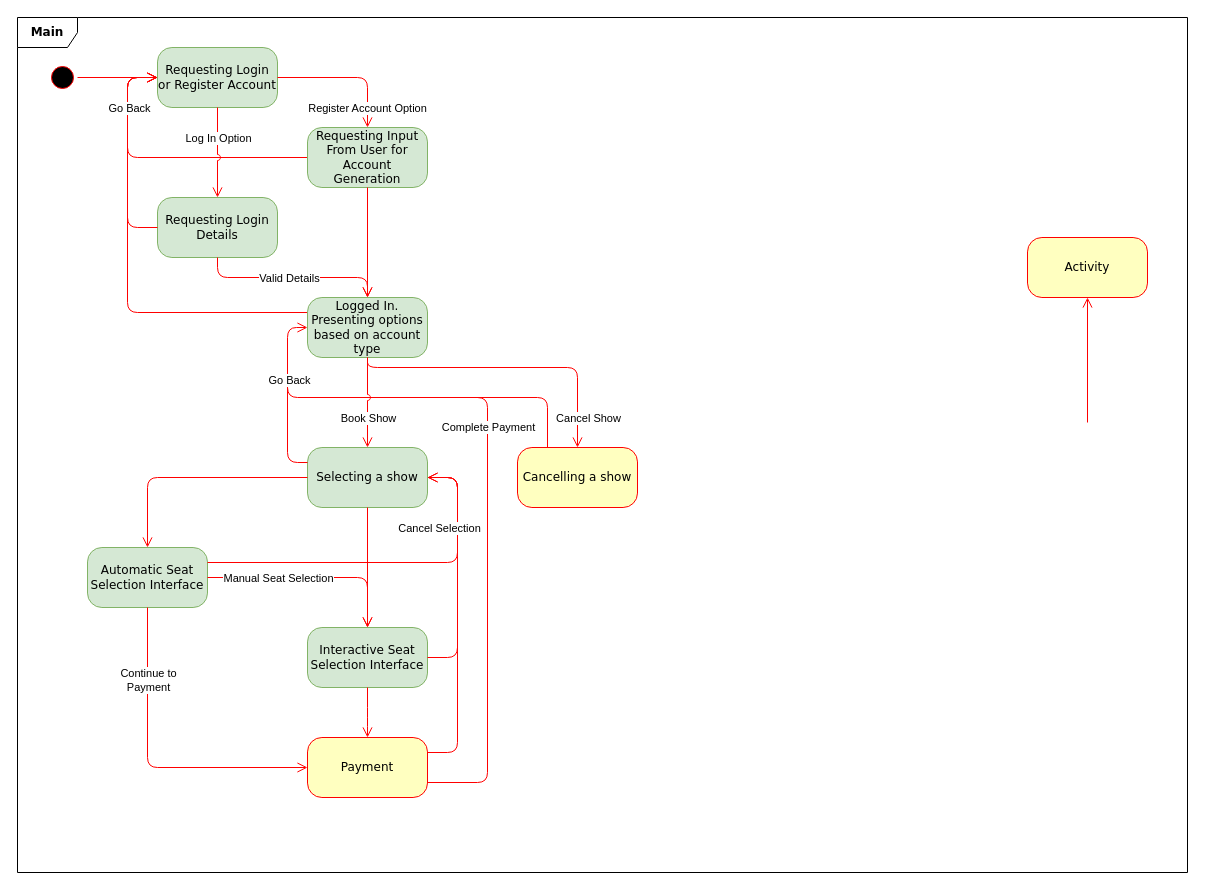
Caxaho/BookingSystem keeps this draw.io diagram as State Machine for uni work.drawio. Above is the earlier version. Source tidied: cells renumbered, new cells numbered last; positions are measured from the earlier drawing's top-left corner, leaving out a move shared by most shapes. Both pictures are drawn from the tidied source at 100%, with x=0, y=0 at pixel (17, 17).
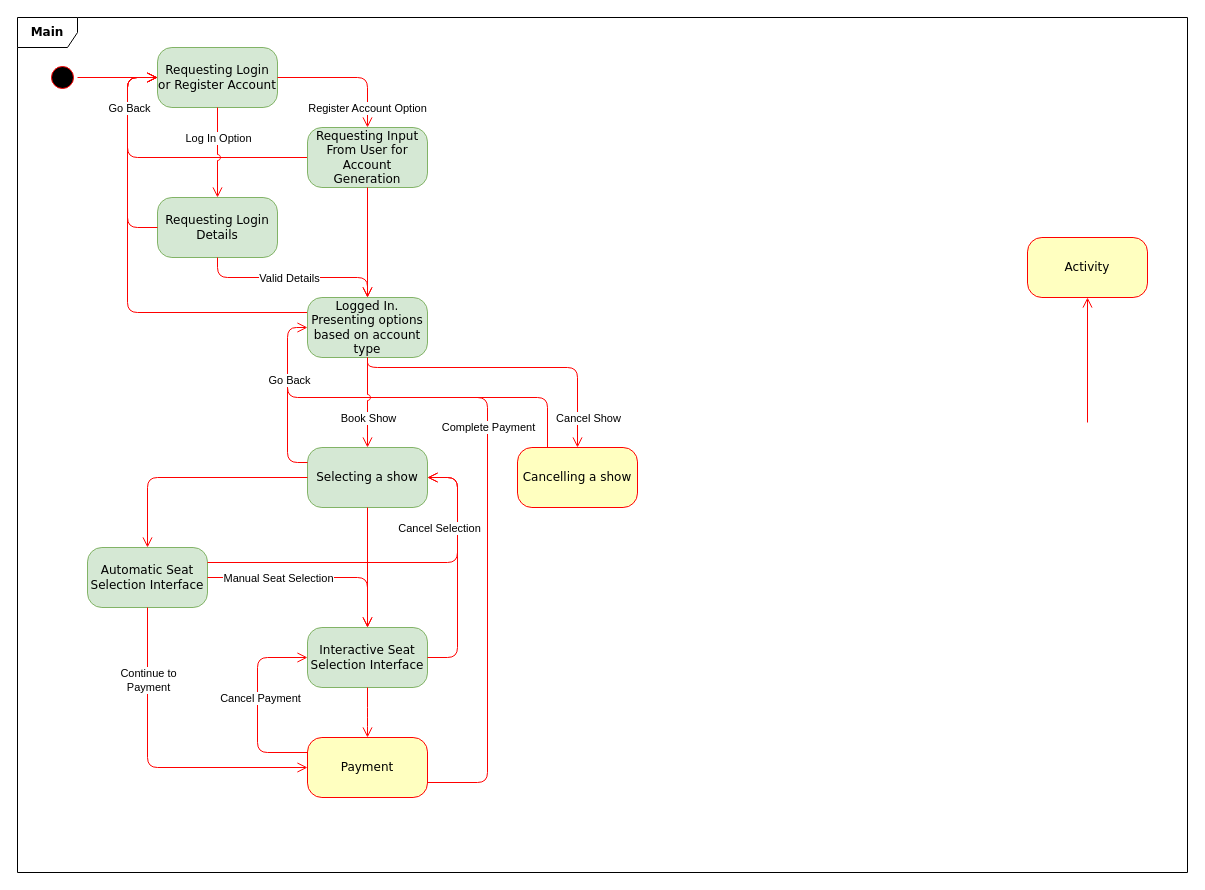
Above is the later version.

Commit message (it also covers changes not shown here):
Payment started

Unchanged cells that the change refers to:
```xml
<mxCell id="22" value="Selecting a show" style="rounded=1;whiteSpace=wrap;html=1;arcSize=24;fillColor=#d5e8d4;strokeColor=#82b366;shadow=0;comic=0;labelBackgroundColor=none;fontFamily=Verdana;fontSize=12;align=center;" parent="1" vertex="1">
  <mxGeometry x="290" y="430" width="120" height="60" as="geometry" />
</mxCell>
<mxCell id="24" value="Interactive Seat Selection Interface" style="rounded=1;whiteSpace=wrap;html=1;arcSize=24;fillColor=#d5e8d4;strokeColor=#82b366;shadow=0;comic=0;labelBackgroundColor=none;fontFamily=Verdana;fontSize=12;align=center;" parent="1" vertex="1">
  <mxGeometry x="290" y="610" width="120" height="60" as="geometry" />
</mxCell>
<mxCell id="28" value="Payment" style="rounded=1;whiteSpace=wrap;html=1;arcSize=24;fillColor=#ffffc0;strokeColor=#ff0000;shadow=0;comic=0;labelBackgroundColor=none;fontFamily=Verdana;fontSize=12;fontColor=#000000;align=center;" parent="1" vertex="1">
  <mxGeometry x="290" y="720" width="120" height="60" as="geometry" />
</mxCell>
```

The edit, as a diff of the source:
```diff
@@
-    <mxCell id="3" style="edgeStyle=elbowEdgeStyle;html=1;labelBackgroundColor=none;endArrow=none;endSize=8;strokeColor=#ff0000;fontFamily=Verdana;fontSize=12;align=left;exitX=1;exitY=0.25;exitDx=0;exitDy=0;endFill=0;entryX=1;entryY=0.5;entryDx=0;entryDy=0;" parent="1" edge="1" source="28" target="22">
+    <mxCell id="3" style="edgeStyle=elbowEdgeStyle;html=1;labelBackgroundColor=none;endArrow=open;endSize=8;strokeColor=#ff0000;fontFamily=Verdana;fontSize=12;align=left;exitX=0;exitY=0.25;exitDx=0;exitDy=0;endFill=0;entryX=0;entryY=0.5;entryDx=0;entryDy=0;elbow=horizontal;" parent="1" edge="1" source="28" target="24">
       <mxGeometry relative="1" as="geometry">
         <Array as="points">
-          <mxPoint x="440" y="650" />
+          <mxPoint x="240" y="690" />
         </Array>
       </mxGeometry>
     </mxCell>
+    <mxCell id="47" value="Cancel Payment" style="edgeLabel;html=1;align=center;verticalAlign=middle;" parent="3" vertex="1">
+      <mxGeometry x="0.15" y="-2" relative="1" as="geometry">
+        <mxPoint y="7" as="offset" />
+      </mxGeometry>
+    </mxCell>
```
